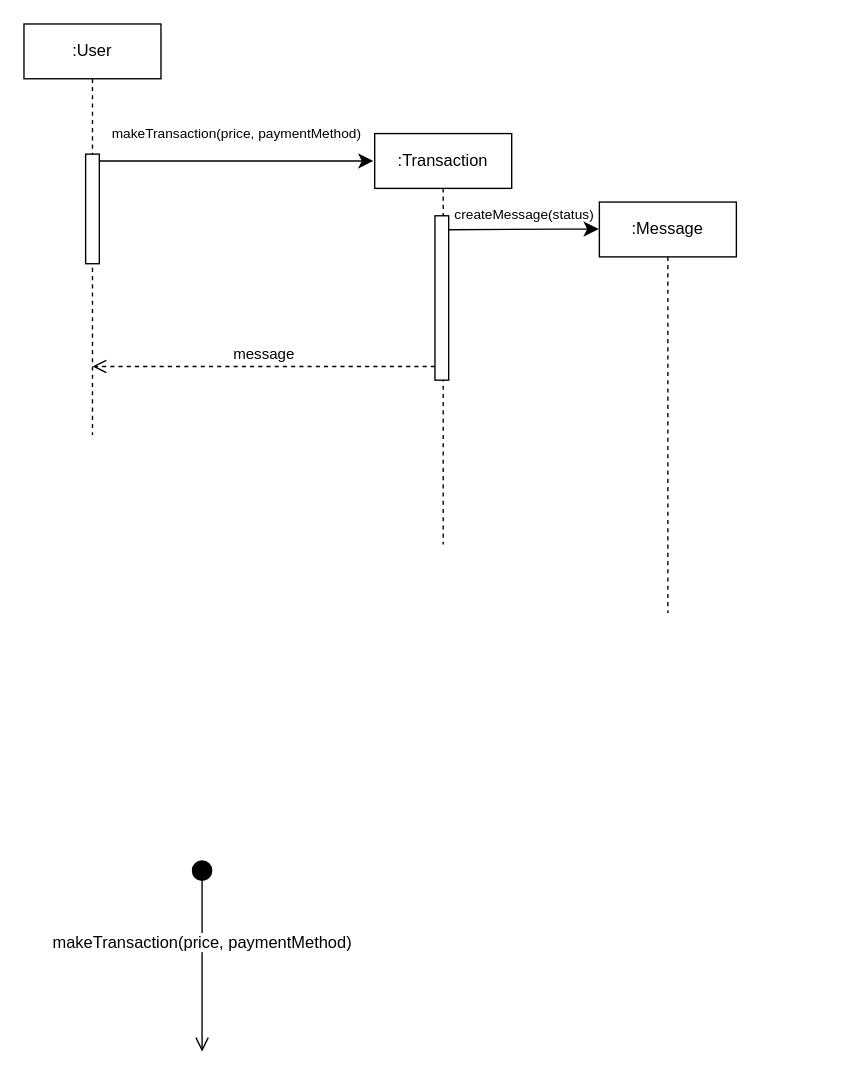
The draw.io diagram page "Page-2" (2 of 2) of Workshop4.drawio in antonykimuom/SWEN30006-2025-SM1-workshop1-tuew05-14-00-team-12, before the edit. Source tidied: cells renumbered, new cells numbered last; positions are measured from the earlier drawing's top-left corner, leaving out a move shared by most shapes. Both pictures are drawn from the tidied source at 137%, with x=0, y=0 at pixel (23, 23).
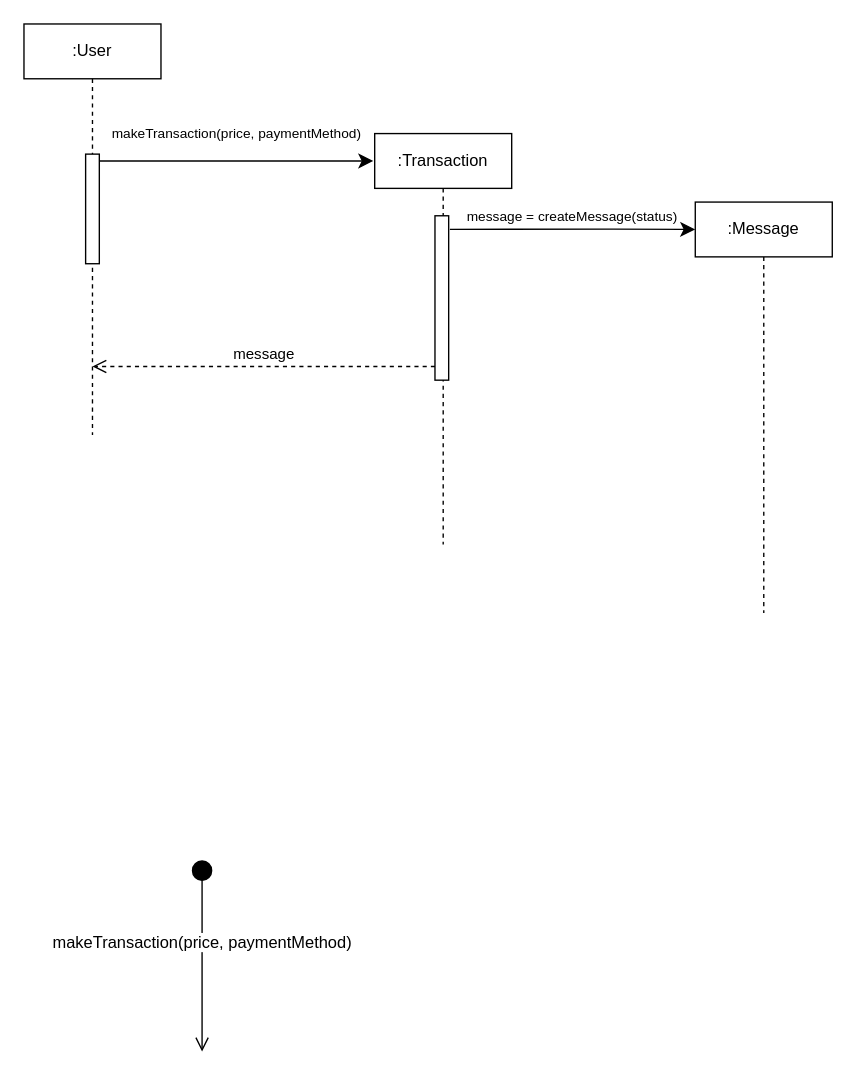
The same diagram, later.

Commit message:
added message variable

Change to the diagram source:
```diff
@@
 <mxGraphModel>
   <root>
     <mxCell id="0" />
     <mxCell id="1" parent="0" />
     <mxCell id="2" style="edgeStyle=none;curved=0;rounded=0;jettySize=auto;html=1;fontSize=12;startSize=8;endSize=8;" parent="1" edge="1" source="3">
       <mxGeometry relative="1" as="geometry">
         <mxPoint x="255" y="100" as="targetPoint" />
         <Array as="points">
           <mxPoint x="210" y="100" />
         </Array>
       </mxGeometry>
     </mxCell>
     <mxCell id="3" value=":User" style="shape=umlLifeline;perimeter=lifelinePerimeter;whiteSpace=wrap;html=1;outlineConnect=0;portConstraint=eastwest;newEdgeStyle={&quot;curved&quot;:0,&quot;rounded&quot;:0};" parent="1" vertex="1">
       <mxGeometry width="100" height="300" as="geometry" />
     </mxCell>
     <mxCell id="4" style="html=1;perimeter=orthogonalPerimeter;targetShapes=umlLifeline;newEdgeStyle={&quot;curved&quot;:0,&quot;rounded&quot;:0};" parent="3" vertex="1">
       <mxGeometry x="45" y="95" width="10" height="80" as="geometry" />
     </mxCell>
     <mxCell id="5" value=":Message" style="shape=umlLifeline;perimeter=lifelinePerimeter;whiteSpace=wrap;html=1;newEdgeStyle={&quot;curved&quot;:0,&quot;rounded&quot;:0};" parent="1" vertex="1">
-      <mxGeometry x="420" y="130" width="100" height="300" as="geometry" />
+      <mxGeometry x="490" y="130" width="100" height="300" as="geometry" />
     </mxCell>
     <mxCell id="6" value=":Transaction" style="shape=umlLifeline;perimeter=lifelinePerimeter;whiteSpace=wrap;html=1;newEdgeStyle={&quot;curved&quot;:0,&quot;rounded&quot;:0};" parent="1" vertex="1">
       <mxGeometry x="256" y="80" width="100" height="300" as="geometry" />
     </mxCell>
     <mxCell id="7" style="html=1;points=[[0,0,0,0,5],[0,1,0,0,-5],[1,0,0,0,5],[1,1,0,0,-5]];perimeter=orthogonalPerimeter;outlineConnect=0;targetShapes=umlLifeline;portConstraint=eastwest;newEdgeStyle={&quot;curved&quot;:0,&quot;rounded&quot;:0};" parent="6" vertex="1">
       <mxGeometry x="44" y="60" width="10" height="120" as="geometry" />
     </mxCell>
     <mxCell id="8" value="makeTransaction(price, paymentMethod)" style="text;html=1;align=center;verticalAlign=middle;strokeColor=none;fillColor=none;fontSize=10;" parent="1" vertex="1">
       <mxGeometry x="50" y="65" width="210" height="30" as="geometry" />
     </mxCell>
-    <mxCell id="9" style="edgeStyle=none;curved=0;rounded=0;orthogonalLoop=1;jettySize=auto;html=1;fontSize=12;startSize=8;endSize=8;" parent="1" edge="1">
+    <mxCell id="9" style="edgeStyle=none;curved=0;rounded=0;jettySize=auto;html=1;fontSize=12;startSize=8;endSize=8;exitX=1.088;exitY=0.083;exitDx=0;exitDy=0;exitPerimeter=0;" parent="1" edge="1" source="7">
       <mxGeometry relative="1" as="geometry">
-        <mxPoint x="310" y="150.2" as="sourcePoint" />
-        <mxPoint x="419.5" y="149.7" as="targetPoint" />
+        <mxPoint x="490" y="150" as="targetPoint" />
         <Array as="points">
-          <mxPoint x="390" y="149.7" />
+          <mxPoint x="430" y="149.7" />
         </Array>
       </mxGeometry>
     </mxCell>
     <mxCell id="10" value="message" style="html=1;verticalAlign=bottom;endArrow=open;dashed=1;endSize=8;curved=0;rounded=0;" parent="1" edge="1">
       <mxGeometry relative="1" as="geometry">
         <mxPoint x="300" y="250" as="sourcePoint" />
         <mxPoint x="50" y="250" as="targetPoint" />
       </mxGeometry>
     </mxCell>
-    <mxCell id="11" value="createMessage(status)" style="text;html=1;align=center;verticalAlign=middle;strokeColor=none;fillColor=none;fontSize=10;" parent="1" vertex="1">
-      <mxGeometry x="300" y="124" width="130" height="30" as="geometry" />
+    <mxCell id="11" value="message = createMessage(status)" style="text;html=1;align=center;verticalAlign=middle;strokeColor=none;fillColor=none;fontSize=10;" parent="1" vertex="1">
+      <mxGeometry x="310" y="125" width="180" height="30" as="geometry" />
     </mxCell>
     <mxCell id="12" value="makeTransaction(price, paymentMethod)" style="html=1;verticalAlign=bottom;startArrow=circle;startFill=1;endArrow=open;startSize=6;endSize=8;curved=0;rounded=0;fontSize=12;" parent="1" edge="1">
       <mxGeometry relative="1" as="geometry">
         <mxPoint x="130" y="610" as="sourcePoint" />
         <mxPoint x="130" y="750" as="targetPoint" />
       </mxGeometry>
     </mxCell>
   </root>
 </mxGraphModel>
```
